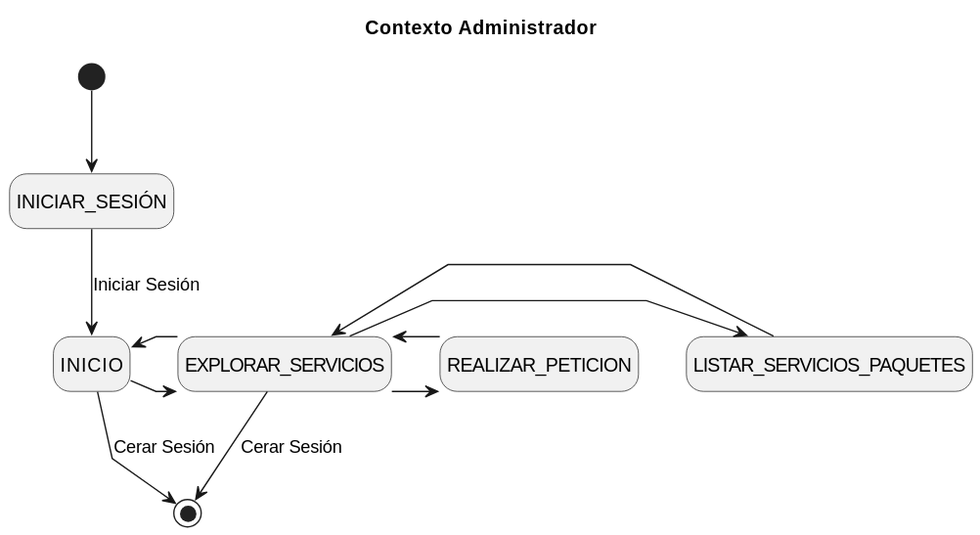
Earlier version of the PlantUML export Caso_de_Uso/Contexto/Administrador/Gestión_Servicios/Contexto.svg (mmasias/23-24-IdSw1-SDR).
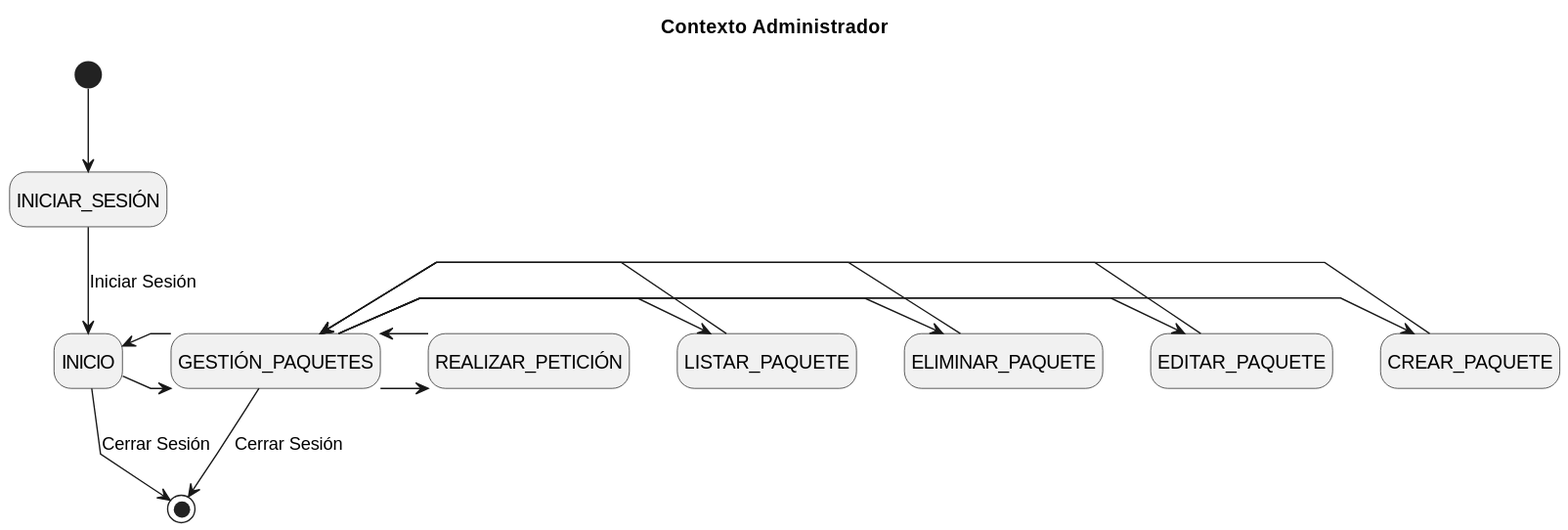
Later version of the same file.

Change to the diagram source:
```diff
@@ -12,15 +12,22 @@
 [*] --> INICIAR_SESIÓN
 INICIAR_SESIÓN --> INICIO : Iniciar Sesión
 
-INICIO -> EXPLORAR_SERVICIOS
-INICIO <- EXPLORAR_SERVICIOS
+INICIO -> GESTIÓN_PAQUETES
+INICIO <- GESTIÓN_PAQUETES
 
-EXPLORAR_SERVICIOS -> LISTAR_SERVICIOS_PAQUETES
-EXPLORAR_SERVICIOS <- LISTAR_SERVICIOS_PAQUETES
-EXPLORAR_SERVICIOS -> REALIZAR_PETICION
-EXPLORAR_SERVICIOS <- REALIZAR_PETICION
+GESTIÓN_PAQUETES -> CREAR_PAQUETE
+GESTIÓN_PAQUETES <- CREAR_PAQUETE
+GESTIÓN_PAQUETES -> EDITAR_PAQUETE
+GESTIÓN_PAQUETES <- EDITAR_PAQUETE
+GESTIÓN_PAQUETES -> ELIMINAR_PAQUETE
+GESTIÓN_PAQUETES <- ELIMINAR_PAQUETE
+GESTIÓN_PAQUETES -> LISTAR_PAQUETE
+GESTIÓN_PAQUETES <- LISTAR_PAQUETE
+GESTIÓN_PAQUETES -> REALIZAR_PETICIÓN
+GESTIÓN_PAQUETES <- REALIZAR_PETICIÓN
 
-INICIO --> [*] : Cerar Sesión
-EXPLORAR_SERVICIOS --> [*] : Cerar Sesión
+INICIO --> [*] : Cerrar Sesión
+GESTIÓN_PAQUETES --> [*] : Cerrar Sesión
+
 
 @enduml
```
